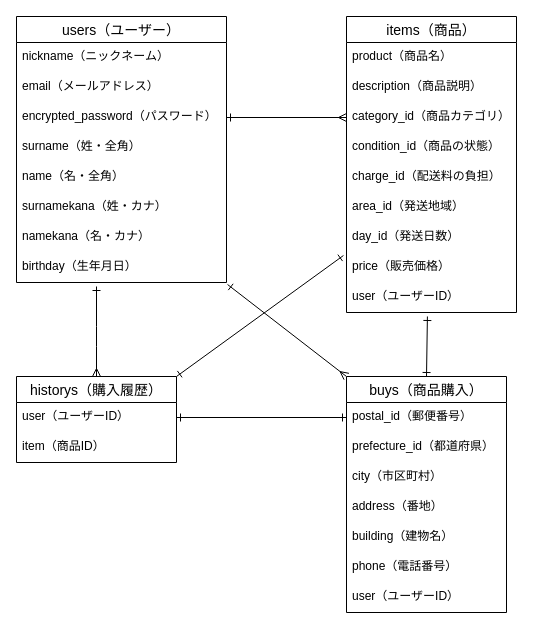
The draw.io diagram furima.dio in tomoyaohashi/furima-39361, before the edit. Source tidied: cells renumbered, new cells numbered last; positions are measured from the earlier drawing's top-left corner, leaving out a move shared by most shapes. Both pictures are drawn from the tidied source at 100%, with x=0, y=0 at pixel (16, 16).
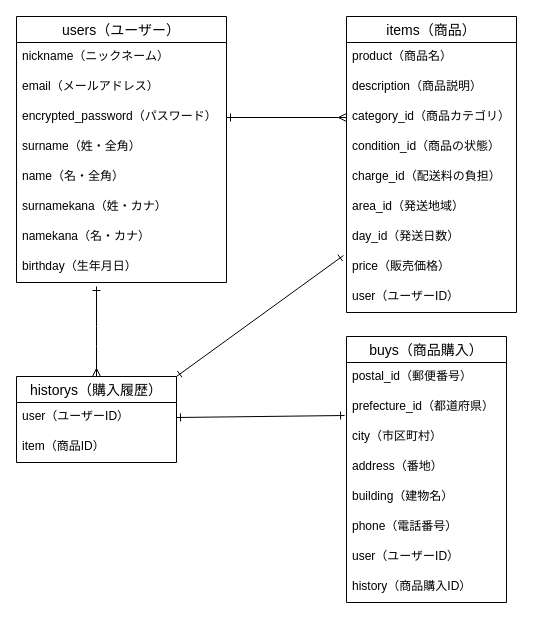
Above is the later version.

The change refers to these unchanged cells:
```xml
<mxCell id="12" value="birthday（生年月日）" style="text;strokeColor=none;fillColor=none;spacingLeft=4;spacingRight=4;overflow=hidden;points=[[0,0.5],[1,0.5]];portConstraint=eastwest;fontSize=12;" parent="4" vertex="1">
  <mxGeometry y="236" width="210" height="30" as="geometry" />
</mxCell>
<mxCell id="23" value="user（ユーザーID）" style="text;strokeColor=none;fillColor=none;spacingLeft=4;spacingRight=4;overflow=hidden;points=[[0,0.5],[1,0.5]];portConstraint=eastwest;fontSize=12;" parent="14" vertex="1">
  <mxGeometry y="266" width="170" height="30" as="geometry" />
</mxCell>
<mxCell id="25" value="postal_id（郵便番号）" style="text;strokeColor=none;fillColor=none;spacingLeft=4;spacingRight=4;overflow=hidden;points=[[0,0.5],[1,0.5]];portConstraint=eastwest;fontSize=12;" parent="24" vertex="1">
  <mxGeometry y="26" width="160" height="30" as="geometry" />
</mxCell>
<mxCell id="26" value="prefecture_id（都道府県）" style="text;strokeColor=none;fillColor=none;spacingLeft=4;spacingRight=4;overflow=hidden;points=[[0,0.5],[1,0.5]];portConstraint=eastwest;fontSize=12;" parent="24" vertex="1">
  <mxGeometry y="56" width="160" height="30" as="geometry" />
</mxCell>
<mxCell id="35" value="user（ユーザーID）" style="text;strokeColor=none;fillColor=none;spacingLeft=4;spacingRight=4;overflow=hidden;points=[[0,0.5],[1,0.5]];portConstraint=eastwest;fontSize=12;" parent="34" vertex="1">
  <mxGeometry y="26" width="160" height="30" as="geometry" />
</mxCell>
```

Diff of the diagram source:
```diff
@@
-    <mxCell id="3" style="edgeStyle=none;html=1;entryX=0;entryY=0;entryDx=0;entryDy=0;startArrow=ERone;startFill=0;endArrow=ERmany;endFill=0;exitX=1.005;exitY=1.067;exitDx=0;exitDy=0;exitPerimeter=0;" parent="1" edge="1" source="12" target="24">
-      <mxGeometry relative="1" as="geometry" />
-    </mxCell>
@@
-    <mxCell id="13" style="edgeStyle=none;html=1;entryX=0.5;entryY=0;entryDx=0;entryDy=0;startArrow=ERone;startFill=0;endArrow=ERone;endFill=0;exitX=0.476;exitY=1.133;exitDx=0;exitDy=0;exitPerimeter=0;" parent="1" edge="1" source="23" target="24">
-      <mxGeometry relative="1" as="geometry" />
-    </mxCell>
@@
     <mxCell id="24" value="buys（商品購入）" style="swimlane;fontStyle=0;horizontal=1;startSize=26;align=center;fontSize=14;" parent="1" vertex="1">
-      <mxGeometry x="330" y="360" width="160" height="236" as="geometry" />
+      <mxGeometry x="330" y="320" width="160" height="266" as="geometry" />
     </mxCell>
@@
+    <mxCell id="38" value="history（商品購入ID）" style="text;strokeColor=none;fillColor=none;spacingLeft=4;spacingRight=4;overflow=hidden;fontSize=12;" parent="24" vertex="1">
+      <mxGeometry y="236" width="160" height="30" as="geometry" />
+    </mxCell>
@@
-    <mxCell id="37" style="edgeStyle=none;html=1;exitX=1;exitY=0.5;exitDx=0;exitDy=0;entryX=0;entryY=0.5;entryDx=0;entryDy=0;endArrow=ERone;endFill=0;startArrow=ERone;startFill=0;" parent="1" edge="1" source="35" target="25">
+    <mxCell id="37" style="edgeStyle=none;html=1;exitX=1;exitY=0.5;exitDx=0;exitDy=0;entryX=-0.012;entryY=0.767;entryDx=0;entryDy=0;endArrow=ERone;endFill=0;startArrow=ERone;startFill=0;entryPerimeter=0;" parent="1" edge="1" source="35" target="26">
       <mxGeometry relative="1" as="geometry" />
     </mxCell>
```
